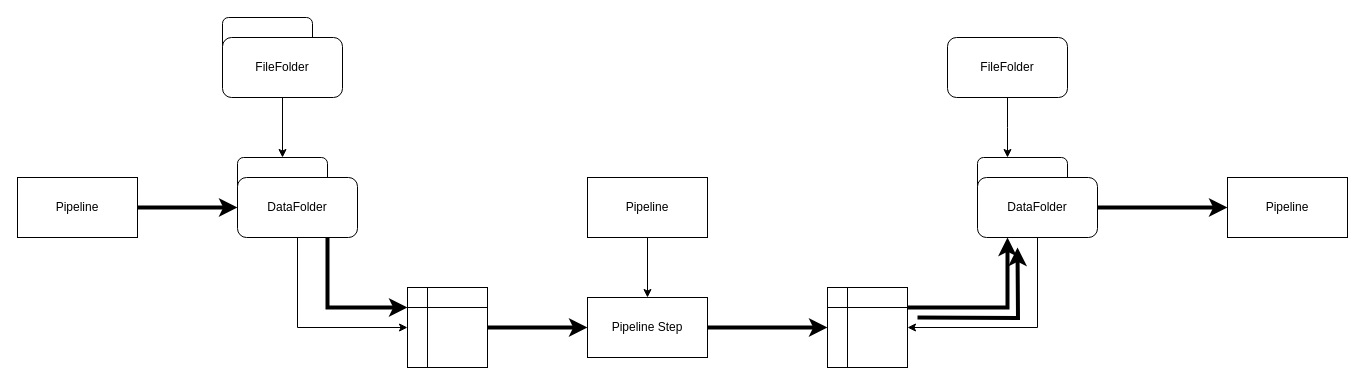
Before: page "Page-2" (2 of 3) of site/docs/governance-solutions/data-and-ai-lifecycle-management/data-and-ai-lifecycle-management.drawio in odpi/egeria-docs, a draw.io diagram. Source tidied: cells renumbered, new cells numbered last; positions are measured from the earlier drawing's top-left corner, leaving out a move shared by most shapes. Both pictures are drawn from the tidied source at 100%, with x=0, y=0 at pixel (17, 17).
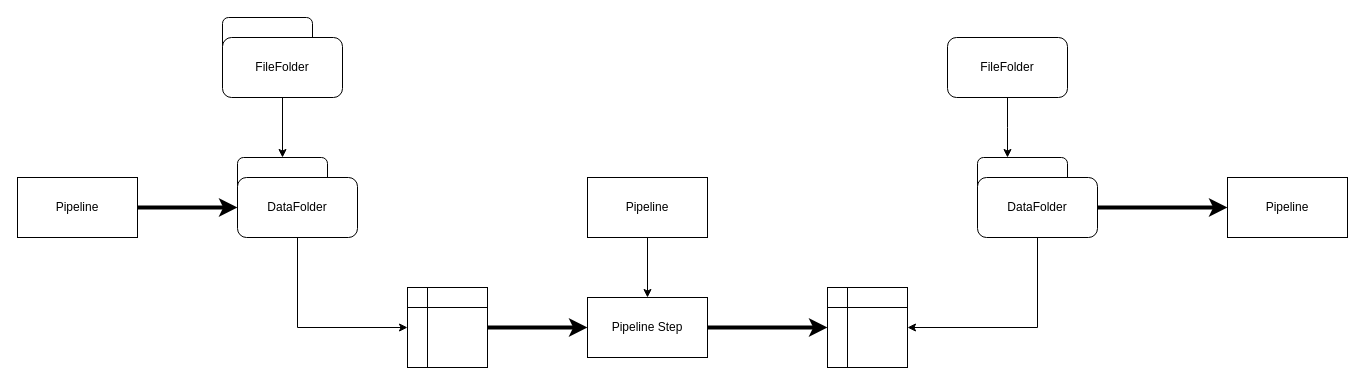
Above is the later version.

The change refers to these unchanged cells:
```xml
<mxCell id="4" value="DataFolder" style="rounded=1;whiteSpace=wrap;html=1;" parent="1" vertex="1">
  <mxGeometry x="220" y="160" width="120" height="60" as="geometry" />
</mxCell>
<mxCell id="6" style="shape=internalStorage;whiteSpace=wrap;html=1;backgroundOutline=1;" parent="1" vertex="1">
  <mxGeometry x="390" y="270" width="80" height="80" as="geometry" />
</mxCell>
<mxCell id="14" value="DataFolder" style="rounded=1;whiteSpace=wrap;html=1;" parent="1" vertex="1">
  <mxGeometry x="960" y="160" width="120" height="60" as="geometry" />
</mxCell>
<mxCell id="15" style="shape=internalStorage;whiteSpace=wrap;html=1;backgroundOutline=1;" parent="1" vertex="1">
  <mxGeometry x="810" y="270" width="80" height="80" as="geometry" />
</mxCell>
```

What changed in the source:
```diff
@@
-    <mxCell id="19" style="edgeStyle=orthogonalEdgeStyle;rounded=0;jettySize=auto;html=1;strokeWidth=4;entryX=0.25;entryY=1;entryDx=0;entryDy=0;exitX=1;exitY=0.25;exitDx=0;exitDy=0;" parent="1" edge="1" source="15" target="14">
-      <mxGeometry relative="1" as="geometry" />
-    </mxCell>
-    <mxCell id="20" style="edgeStyle=orthogonalEdgeStyle;rounded=0;jettySize=auto;html=1;strokeWidth=4;entryX=0;entryY=0.25;entryDx=0;entryDy=0;exitX=0.75;exitY=1;exitDx=0;exitDy=0;" parent="1" edge="1" source="4" target="6">
-      <mxGeometry relative="1" as="geometry" />
-    </mxCell>
@@
-    <mxCell id="27" style="edgeStyle=orthogonalEdgeStyle;rounded=0;orthogonalLoop=1;jettySize=auto;html=1;strokeWidth=4;entryX=0.25;entryY=1;entryDx=0;entryDy=0;exitX=1;exitY=0.25;exitDx=0;exitDy=0;" parent="1" edge="1">
-      <mxGeometry relative="1" as="geometry">
-        <mxPoint x="900" y="300" as="sourcePoint" />
-        <mxPoint x="1000" y="230" as="targetPoint" />
-      </mxGeometry>
-    </mxCell>
```
